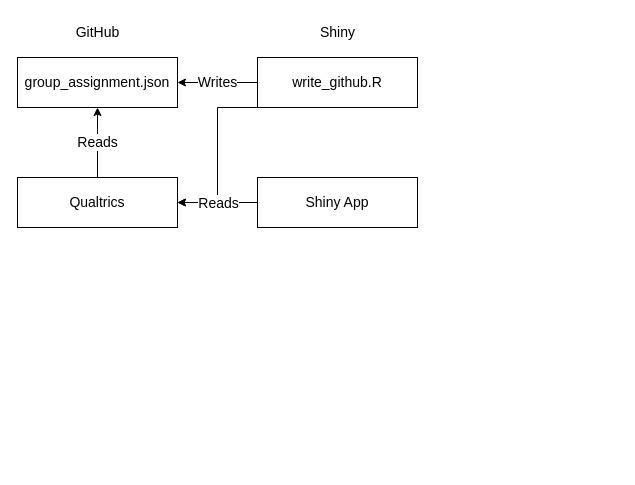
Earlier version of the draw.io diagram psa008_flow.drawio (psysciacc/PSA008-Shiny-App). Source tidied: cells renumbered, new cells numbered last; positions are measured from the earlier drawing's top-left corner, leaving out a move shared by most shapes. Both pictures are drawn from the tidied source at 100%, with x=0, y=0 at pixel (17, 17).
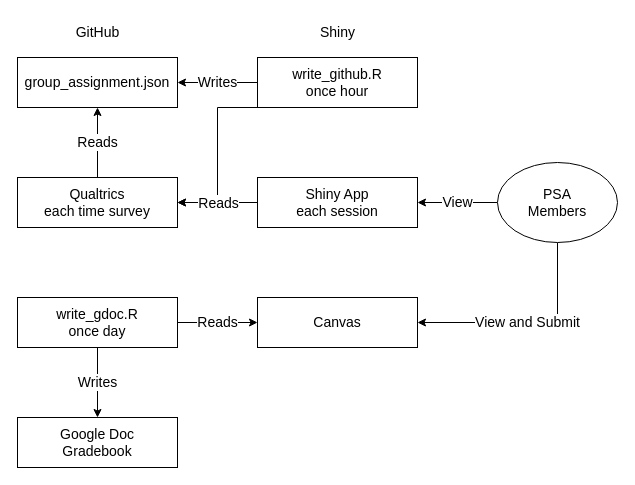
After the change.

The edit, as a diff of the source:
```diff
@@
-    <mxCell id="4" value="Qualtrics" style="rounded=0;whiteSpace=wrap;html=1;fontSize=14;" parent="1" vertex="1">
+    <mxCell id="4" value="Qualtrics&lt;br&gt;each time survey" style="rounded=0;whiteSpace=wrap;html=1;fontSize=14;" parent="1" vertex="1">
       <mxGeometry y="160" width="160" height="50" as="geometry" />
     </mxCell>
@@
-    <mxCell id="7" value="write_github.R" style="rounded=0;whiteSpace=wrap;html=1;fontSize=14;" parent="1" vertex="1">
+    <mxCell id="7" value="write_github.R&lt;br&gt;once hour" style="rounded=0;whiteSpace=wrap;html=1;fontSize=14;" parent="1" vertex="1">
       <mxGeometry x="240" y="40" width="160" height="50" as="geometry" />
     </mxCell>
@@
-    <mxCell id="11" value="Shiny App" style="rounded=0;whiteSpace=wrap;html=1;fontSize=14;" parent="1" vertex="1">
+    <mxCell id="11" value="Shiny App&lt;br&gt;each session" style="rounded=0;whiteSpace=wrap;html=1;fontSize=14;" parent="1" vertex="1">
       <mxGeometry x="240" y="160" width="160" height="50" as="geometry" />
     </mxCell>
+    <mxCell id="12" value="&lt;font style=&quot;font-size: 14px;&quot;&gt;Reads&lt;/font&gt;" style="edgeStyle=orthogonalEdgeStyle;rounded=0;jettySize=auto;html=1;" parent="1" edge="1" source="14" target="15">
+      <mxGeometry relative="1" as="geometry" />
+    </mxCell>
+    <mxCell id="13" value="&lt;font style=&quot;font-size: 14px;&quot;&gt;Writes&lt;/font&gt;" style="edgeStyle=orthogonalEdgeStyle;rounded=0;jettySize=auto;html=1;" parent="1" edge="1" source="14" target="16">
+      <mxGeometry relative="1" as="geometry">
+        <Array as="points">
+          <mxPoint x="80" y="360" />
+          <mxPoint x="80" y="360" />
+        </Array>
+      </mxGeometry>
+    </mxCell>
+    <mxCell id="14" value="write_gdoc.R&lt;br&gt;once day" style="rounded=0;whiteSpace=wrap;html=1;fontSize=14;" parent="1" vertex="1">
+      <mxGeometry y="280" width="160" height="50" as="geometry" />
+    </mxCell>
+    <mxCell id="15" value="Canvas" style="rounded=0;whiteSpace=wrap;html=1;fontSize=14;" parent="1" vertex="1">
+      <mxGeometry x="240" y="280" width="160" height="50" as="geometry" />
+    </mxCell>
+    <mxCell id="16" value="Google Doc&lt;br&gt;Gradebook" style="rounded=0;whiteSpace=wrap;html=1;fontSize=14;" parent="1" vertex="1">
+      <mxGeometry y="400" width="160" height="50" as="geometry" />
+    </mxCell>
+    <mxCell id="17" value="&lt;font style=&quot;font-size: 14px;&quot;&gt;View&lt;/font&gt;" style="edgeStyle=orthogonalEdgeStyle;rounded=0;jettySize=auto;html=1;" parent="1" edge="1" source="19" target="11">
+      <mxGeometry relative="1" as="geometry" />
+    </mxCell>
+    <mxCell id="18" value="&lt;font style=&quot;font-size: 14px;&quot;&gt;View and Submit&lt;/font&gt;" style="edgeStyle=orthogonalEdgeStyle;rounded=0;jettySize=auto;html=1;exitX=0.5;exitY=1;exitDx=0;exitDy=0;entryX=1;entryY=0.5;entryDx=0;entryDy=0;" parent="1" edge="1" source="19" target="15">
+      <mxGeometry relative="1" as="geometry">
+        <Array as="points">
+          <mxPoint x="540" y="305" />
+        </Array>
+      </mxGeometry>
+    </mxCell>
+    <mxCell id="19" value="&lt;font style=&quot;font-size: 14px;&quot;&gt;PSA&lt;br&gt;Members&lt;/font&gt;" style="ellipse;whiteSpace=wrap;html=1;" parent="1" vertex="1">
+      <mxGeometry x="480" y="145" width="120" height="80" as="geometry" />
+    </mxCell>
```
